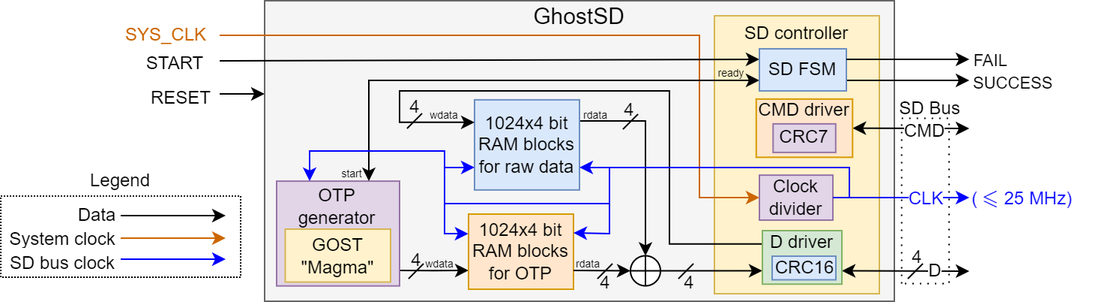
The draw.io diagram docs/GhostSD_fpga.png in sirazenkov/GhostSD, before a commit. Source tidied: cells renumbered, new cells last; positions are measured from the earlier drawing's top-left corner, leaving out a move shared by most shapes.
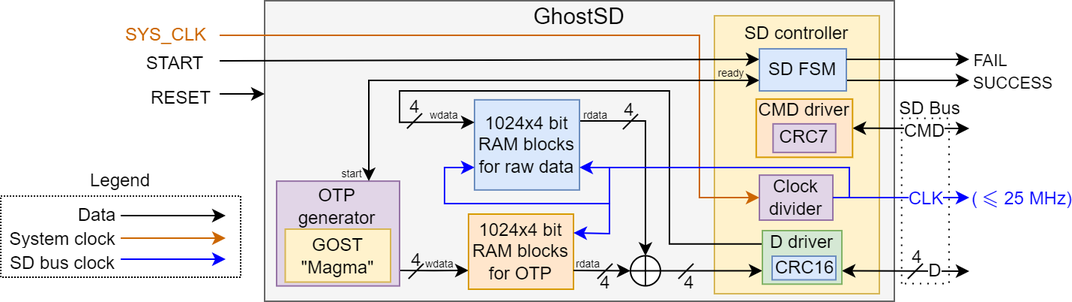
After the commit.

Commit message:
Removed clock for OTP generator from the diagram

Diff of the diagram source:
```diff
@@ -216,16 +216,6 @@
         <mxPoint x="-201" y="57" as="offset" />
       </mxGeometry>
     </mxCell>
-    <mxCell id="46" style="endArrow=classic;html=1;rounded=0;fontSize=15;strokeColor=#0000FF;entryX=-0.002;entryY=0.262;entryDx=0;entryDy=0;entryPerimeter=0;startArrow=classic;startFill=1;exitX=0.268;exitY=-0.001;exitDx=0;exitDy=0;exitPerimeter=0;" parent="1" edge="1" source="8" target="22">
-      <mxGeometry relative="1" as="geometry">
-        <Array as="points">
-          <mxPoint x="206" y="100" />
-          <mxPoint x="296" y="100" />
-          <mxPoint x="296" y="130" />
-          <mxPoint x="296" y="155" />
-        </Array>
-      </mxGeometry>
-    </mxCell>
     <mxCell id="47" style="endArrow=classic;html=1;rounded=0;fontSize=12;endFill=1;strokeColor=#0000FF;entryX=1;entryY=0.75;entryDx=0;entryDy=0;exitX=1;exitY=0.5;exitDx=0;exitDy=0;" parent="1" edge="1" source="19" target="24">
       <mxGeometry relative="1" as="geometry">
         <Array as="points">
```
